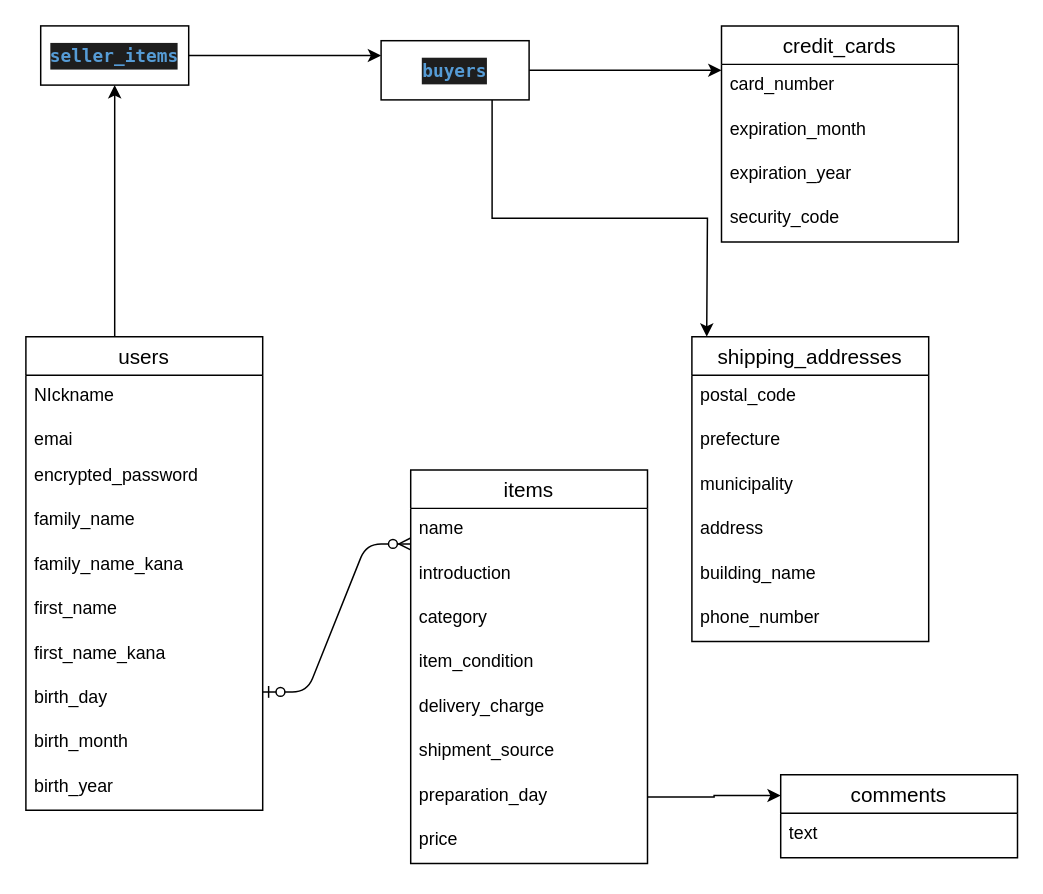
Itsme-reina/furima-34355 keeps this draw.io diagram as test.dio. Above is the earlier version. Source tidied: cells renumbered, new cells numbered last; positions are measured from the earlier drawing's top-left corner, leaving out a move shared by most shapes. Both pictures are drawn from the tidied source at 148%, with x=0, y=0 at pixel (25, 25).
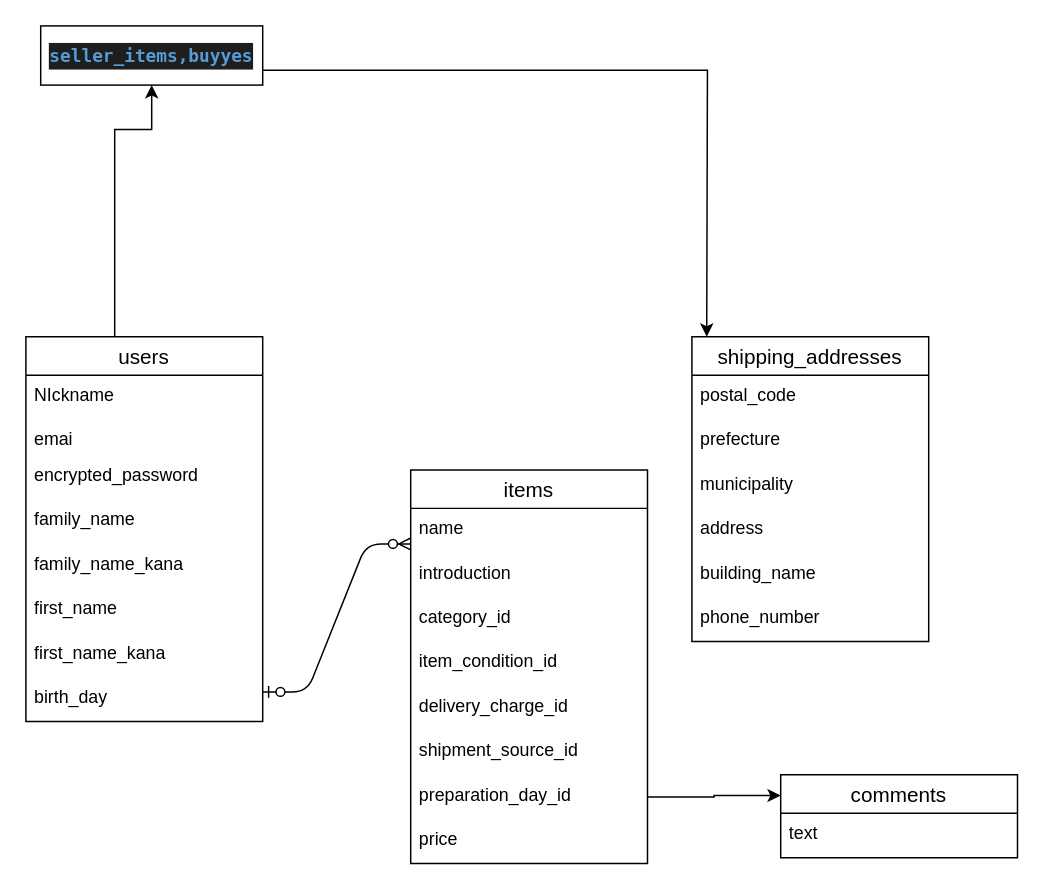
Above is the later version.

Commit message (it also covers changes not shown here):
DB設計の修正

The change refers to these unchanged cells:
```xml
<mxCell id="14" value="items" style="swimlane;fontStyle=0;horizontal=1;startSize=26;align=center;fontSize=14;" parent="1" vertex="1">
  <mxGeometry x="260" y="300" width="160" height="266" as="geometry" />
</mxCell>
```

What changed in the source:
```diff
@@
     <mxCell id="2" style="edgeStyle=orthogonalEdgeStyle;rounded=0;jettySize=auto;html=1;exitX=0.75;exitY=0;exitDx=0;exitDy=0;entryX=0.5;entryY=1;entryDx=0;entryDy=0;" parent="1" edge="1" source="3" target="26">
       <mxGeometry relative="1" as="geometry">
         <Array as="points">
           <mxPoint x="60" y="210" />
+          <mxPoint x="60" y="70" />
+          <mxPoint x="85" y="70" />
         </Array>
       </mxGeometry>
     </mxCell>
     <mxCell id="3" value="users" style="swimlane;fontStyle=0;horizontal=1;startSize=26;align=center;fontSize=14;" parent="1" vertex="1">
-      <mxGeometry y="210" width="160" height="320" as="geometry" />
+      <mxGeometry y="210" width="160" height="260" as="geometry" />
     </mxCell>
@@
-    <mxCell id="12" value="birth_month" style="text;strokeColor=none;fillColor=none;spacingLeft=4;spacingRight=4;overflow=hidden;fontSize=12;" parent="3" vertex="1">
-      <mxGeometry y="260" width="160" height="30" as="geometry" />
-    </mxCell>
-    <mxCell id="13" value="birth_year" style="text;strokeColor=none;fillColor=none;spacingLeft=4;spacingRight=4;overflow=hidden;fontSize=12;" parent="3" vertex="1">
-      <mxGeometry y="290" width="160" height="30" as="geometry" />
-    </mxCell>
@@
-    <mxCell id="17" value="category " style="text;strokeColor=none;fillColor=none;spacingLeft=4;spacingRight=4;overflow=hidden;fontSize=12;" parent="14" vertex="1">
+    <mxCell id="17" value="category_id" style="text;strokeColor=none;fillColor=none;spacingLeft=4;spacingRight=4;overflow=hidden;fontSize=12;" parent="14" vertex="1">
       <mxGeometry y="86" width="160" height="30" as="geometry" />
     </mxCell>
-    <mxCell id="18" value="item_condition" style="text;strokeColor=none;fillColor=none;spacingLeft=4;spacingRight=4;overflow=hidden;fontSize=12;" parent="14" vertex="1">
+    <mxCell id="18" value="item_condition_id" style="text;strokeColor=none;fillColor=none;spacingLeft=4;spacingRight=4;overflow=hidden;fontSize=12;" parent="14" vertex="1">
       <mxGeometry y="116" width="160" height="30" as="geometry" />
     </mxCell>
-    <mxCell id="19" value="delivery_charge" style="text;strokeColor=none;fillColor=none;spacingLeft=4;spacingRight=4;overflow=hidden;fontSize=12;" parent="14" vertex="1">
+    <mxCell id="19" value="delivery_charge_id" style="text;strokeColor=none;fillColor=none;spacingLeft=4;spacingRight=4;overflow=hidden;fontSize=12;" parent="14" vertex="1">
       <mxGeometry y="146" width="160" height="30" as="geometry" />
     </mxCell>
-    <mxCell id="20" value="shipment_source" style="text;strokeColor=none;fillColor=none;spacingLeft=4;spacingRight=4;overflow=hidden;fontSize=12;" parent="14" vertex="1">
+    <mxCell id="20" value="shipment_source_id" style="text;strokeColor=none;fillColor=none;spacingLeft=4;spacingRight=4;overflow=hidden;fontSize=12;" parent="14" vertex="1">
       <mxGeometry y="176" width="160" height="30" as="geometry" />
     </mxCell>
-    <mxCell id="21" value="preparation_day" style="text;strokeColor=none;fillColor=none;spacingLeft=4;spacingRight=4;overflow=hidden;points=[[0,0.5],[1,0.5]];portConstraint=eastwest;fontSize=12;" parent="14" vertex="1">
+    <mxCell id="21" value="preparation_day_id" style="text;strokeColor=none;fillColor=none;spacingLeft=4;spacingRight=4;overflow=hidden;points=[[0,0.5],[1,0.5]];portConstraint=eastwest;fontSize=12;" parent="14" vertex="1">
       <mxGeometry y="206" width="160" height="30" as="geometry" />
     </mxCell>
@@
-    <mxCell id="25" style="edgeStyle=orthogonalEdgeStyle;rounded=0;jettySize=auto;html=1;exitX=1;exitY=0.5;exitDx=0;exitDy=0;entryX=0;entryY=0.25;entryDx=0;entryDy=0;" parent="1" edge="1" source="26" target="29">
-      <mxGeometry relative="1" as="geometry" />
-    </mxCell>
-    <mxCell id="26" value="&lt;div style=&quot;color: rgb(212 , 212 , 212) ; background-color: rgb(30 , 30 , 30) ; font-family: &amp;#34;menlo&amp;#34; , &amp;#34;monaco&amp;#34; , &amp;#34;courier new&amp;#34; , monospace ; line-height: 18px&quot;&gt;&lt;span style=&quot;color: #569cd6 ; font-weight: bold&quot;&gt;seller_items&lt;/span&gt;&lt;/div&gt;" style="whiteSpace=wrap;html=1;align=center;" parent="1" vertex="1">
-      <mxGeometry x="10" width="100" height="40" as="geometry" />
+    <mxCell id="26" value="&lt;div style=&quot;color: rgb(212 , 212 , 212) ; background-color: rgb(30 , 30 , 30) ; font-family: &amp;#34;menlo&amp;#34; , &amp;#34;monaco&amp;#34; , &amp;#34;courier new&amp;#34; , monospace ; line-height: 18px&quot;&gt;&lt;span style=&quot;color: #569cd6 ; font-weight: bold&quot;&gt;seller_items,buyyes&lt;/span&gt;&lt;/div&gt;" style="whiteSpace=wrap;html=1;align=center;" parent="1" vertex="1">
+      <mxGeometry x="10" width="150" height="40" as="geometry" />
     </mxCell>
-    <mxCell id="27" style="edgeStyle=orthogonalEdgeStyle;rounded=0;jettySize=auto;html=1;exitX=1;exitY=0.5;exitDx=0;exitDy=0;entryX=0;entryY=0.133;entryDx=0;entryDy=0;entryPerimeter=0;" parent="1" edge="1" source="29" target="31">
-      <mxGeometry relative="1" as="geometry" />
-    </mxCell>
-    <mxCell id="28" style="edgeStyle=orthogonalEdgeStyle;rounded=0;jettySize=auto;html=1;exitX=0.75;exitY=1;exitDx=0;exitDy=0;" parent="1" edge="1" source="29">
+    <mxCell id="28" style="edgeStyle=orthogonalEdgeStyle;rounded=0;jettySize=auto;html=1;exitX=1;exitY=0.75;exitDx=0;exitDy=0;" parent="1" edge="1" source="26">
       <mxGeometry relative="1" as="geometry">
         <mxPoint x="460" y="210" as="targetPoint" />
       </mxGeometry>
     </mxCell>
-    <mxCell id="29" value="&lt;div style=&quot;color: rgb(212 , 212 , 212) ; background-color: rgb(30 , 30 , 30) ; font-family: &amp;#34;menlo&amp;#34; , &amp;#34;monaco&amp;#34; , &amp;#34;courier new&amp;#34; , monospace ; line-height: 18px&quot;&gt;&lt;span style=&quot;color: #569cd6 ; font-weight: bold&quot;&gt;buyers&lt;/span&gt;&lt;/div&gt;" style="whiteSpace=wrap;html=1;align=center;" parent="1" vertex="1">
-      <mxGeometry x="240" y="10" width="100" height="40" as="geometry" />
-    </mxCell>
-    <mxCell id="30" value="credit_cards" style="swimlane;fontStyle=0;horizontal=1;startSize=26;align=center;fontSize=14;" parent="1" vertex="1">
-      <mxGeometry x="470" width="160" height="146" as="geometry" />
-    </mxCell>
-    <mxCell id="31" value="card_number" style="text;strokeColor=none;fillColor=none;spacingLeft=4;spacingRight=4;overflow=hidden;points=[[0,0.5],[1,0.5]];portConstraint=eastwest;fontSize=12;" parent="30" vertex="1">
-      <mxGeometry y="26" width="160" height="30" as="geometry" />
-    </mxCell>
-    <mxCell id="32" value="expiration_month" style="text;strokeColor=none;fillColor=none;spacingLeft=4;spacingRight=4;overflow=hidden;fontSize=12;" parent="30" vertex="1">
-      <mxGeometry y="56" width="160" height="30" as="geometry" />
-    </mxCell>
-    <mxCell id="33" value="expiration_year" style="text;strokeColor=none;fillColor=none;spacingLeft=4;spacingRight=4;overflow=hidden;fontSize=12;" parent="30" vertex="1">
-      <mxGeometry y="86" width="160" height="30" as="geometry" />
-    </mxCell>
-    <mxCell id="34" value="security_code" style="text;strokeColor=none;fillColor=none;spacingLeft=4;spacingRight=4;overflow=hidden;fontSize=12;" parent="30" vertex="1">
-      <mxGeometry y="116" width="160" height="30" as="geometry" />
-    </mxCell>
```
